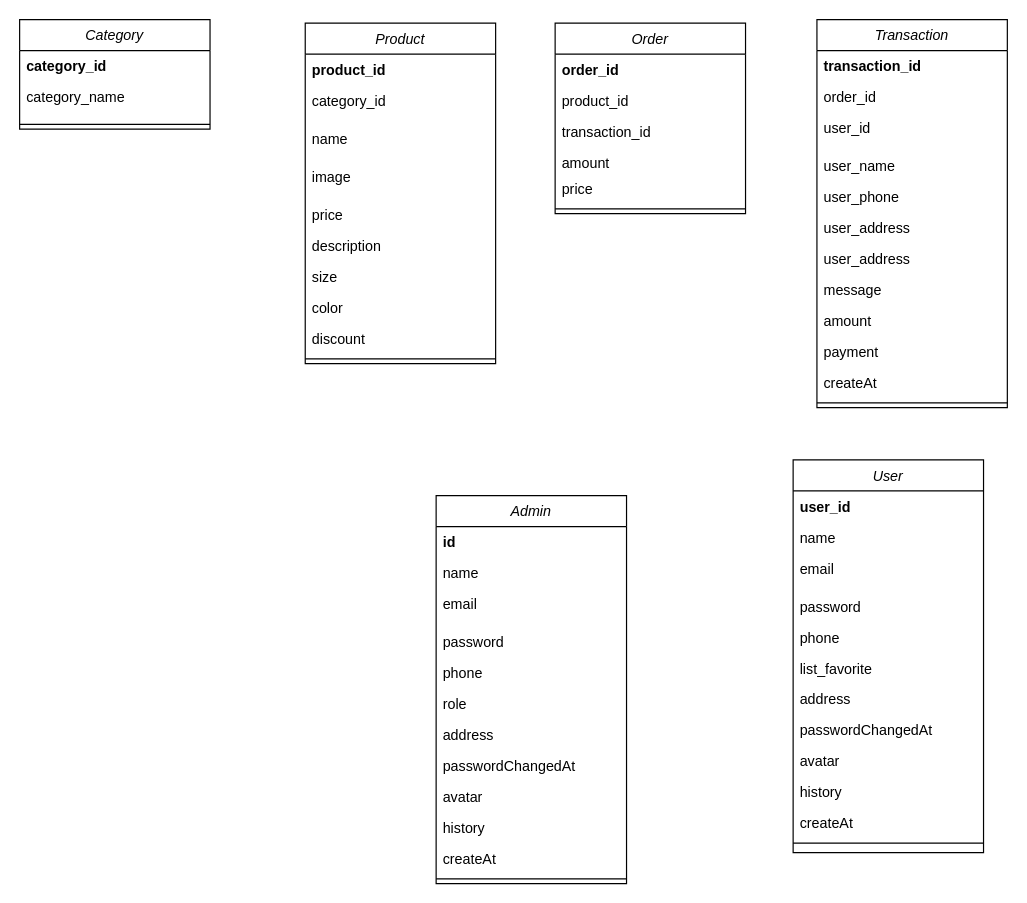
The draw.io diagram ClassDiagram.drawio in ntvinh231/LVTN_Clothes, before the edit. Source tidied: cells renumbered, new cells numbered last; positions are measured from the earlier drawing's top-left corner, leaving out a move shared by most shapes. Both pictures are drawn from the tidied source at 119%, with x=0, y=0 at pixel (19, 19).
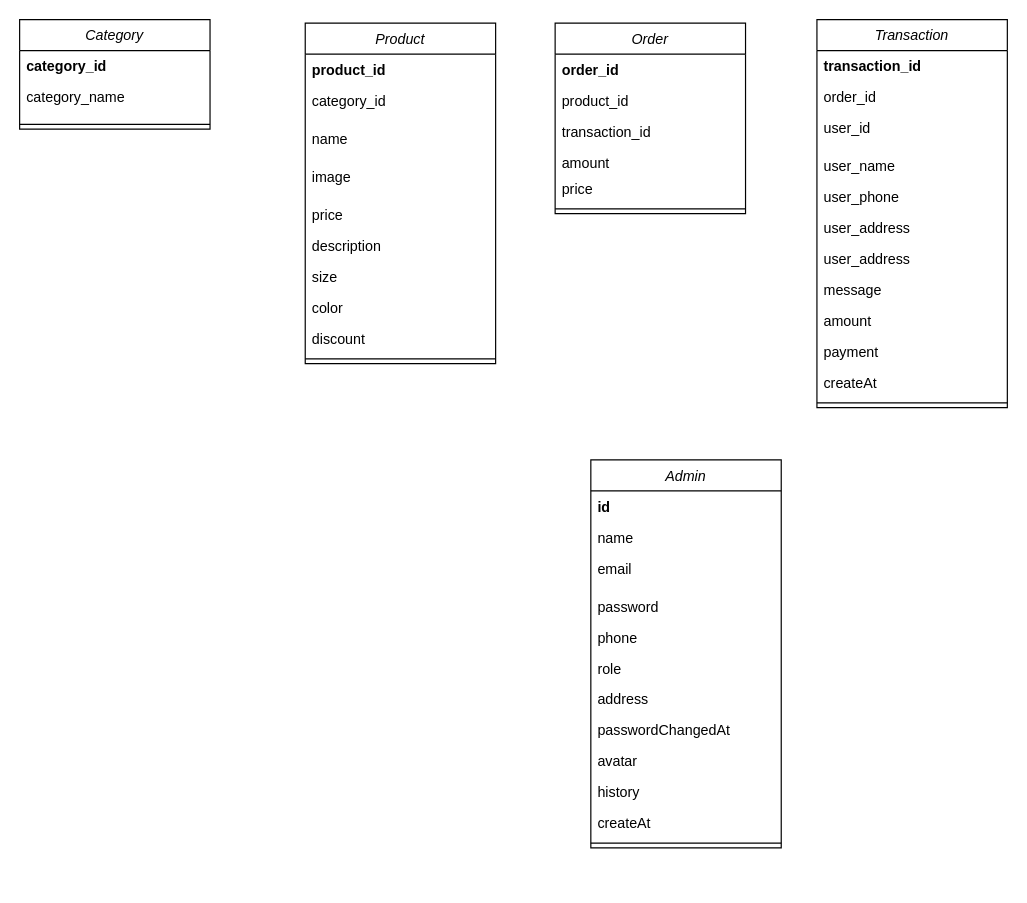
The same diagram, later.

Diff of the diagram source:
```diff
@@
-    <mxCell id="2" value="User" style="swimlane;fontStyle=2;align=center;verticalAlign=top;horizontal=1;startSize=26;rounded=0;shadow=0;strokeWidth=1;" parent="1" vertex="1">
-      <mxGeometry x="650" y="370" width="160" height="330" as="geometry" />
-    </mxCell>
-    <mxCell id="3" value="user_id" style="text;align=left;verticalAlign=top;spacingLeft=4;spacingRight=4;overflow=hidden;fontStyle=1;" parent="2" vertex="1">
-      <mxGeometry y="26" width="160" height="26" as="geometry" />
-    </mxCell>
-    <mxCell id="4" value="name" style="text;align=left;verticalAlign=top;spacingLeft=4;spacingRight=4;overflow=hidden;rounded=0;shadow=0;html=0;" parent="2" vertex="1">
-      <mxGeometry y="52" width="160" height="26" as="geometry" />
-    </mxCell>
-    <mxCell id="5" value="email" style="text;align=left;verticalAlign=top;spacingLeft=4;spacingRight=4;overflow=hidden;rounded=0;shadow=0;html=0;" parent="2" vertex="1">
-      <mxGeometry y="78" width="160" height="32" as="geometry" />
-    </mxCell>
-    <mxCell id="6" value="password" style="text;align=left;verticalAlign=top;spacingLeft=4;spacingRight=4;overflow=hidden;rounded=0;shadow=0;html=0;" parent="2" vertex="1">
-      <mxGeometry y="110" width="160" height="26" as="geometry" />
-    </mxCell>
-    <mxCell id="7" value="phone" style="text;align=left;verticalAlign=top;spacingLeft=4;spacingRight=4;overflow=hidden;rounded=0;shadow=0;html=0;" parent="2" vertex="1">
-      <mxGeometry y="136" width="160" height="26" as="geometry" />
-    </mxCell>
-    <mxCell id="8" value="list_favorite" style="text;align=left;verticalAlign=top;spacingLeft=4;spacingRight=4;overflow=hidden;rounded=0;shadow=0;html=0;" parent="2" vertex="1">
-      <mxGeometry y="162" width="160" height="26" as="geometry" />
-    </mxCell>
-    <mxCell id="9" value="address" style="text;align=left;verticalAlign=top;spacingLeft=4;spacingRight=4;overflow=hidden;rounded=0;shadow=0;html=0;" parent="2" vertex="1">
-      <mxGeometry y="188" width="160" height="26" as="geometry" />
-    </mxCell>
-    <mxCell id="10" value="passwordChangedAt" style="text;align=left;verticalAlign=top;spacingLeft=4;spacingRight=4;overflow=hidden;rounded=0;shadow=0;html=0;" parent="2" vertex="1">
-      <mxGeometry y="214" width="160" height="26" as="geometry" />
-    </mxCell>
-    <mxCell id="11" value="avatar" style="text;align=left;verticalAlign=top;spacingLeft=4;spacingRight=4;overflow=hidden;rounded=0;shadow=0;html=0;" parent="2" vertex="1">
-      <mxGeometry y="240" width="160" height="26" as="geometry" />
-    </mxCell>
-    <mxCell id="12" value="history" style="text;align=left;verticalAlign=top;spacingLeft=4;spacingRight=4;overflow=hidden;rounded=0;shadow=0;html=0;" parent="2" vertex="1">
-      <mxGeometry y="266" width="160" height="26" as="geometry" />
-    </mxCell>
-    <mxCell id="13" value="createAt" style="text;align=left;verticalAlign=top;spacingLeft=4;spacingRight=4;overflow=hidden;rounded=0;shadow=0;html=0;" parent="2" vertex="1">
-      <mxGeometry y="292" width="160" height="26" as="geometry" />
-    </mxCell>
-    <mxCell id="14" style="line;html=1;strokeWidth=1;align=left;verticalAlign=middle;spacingTop=-1;spacingLeft=3;spacingRight=3;labelPosition=right;" parent="2" vertex="1">
-      <mxGeometry y="318" width="160" height="8" as="geometry" />
-    </mxCell>
@@
     <mxCell id="50" value="Admin" style="swimlane;fontStyle=2;align=center;verticalAlign=top;horizontal=1;startSize=26;rounded=0;shadow=0;strokeWidth=1;" parent="1" vertex="1">
-      <mxGeometry x="350" y="400" width="160" height="326" as="geometry" />
+      <mxGeometry x="480" y="370" width="160" height="326" as="geometry" />
     </mxCell>
```
